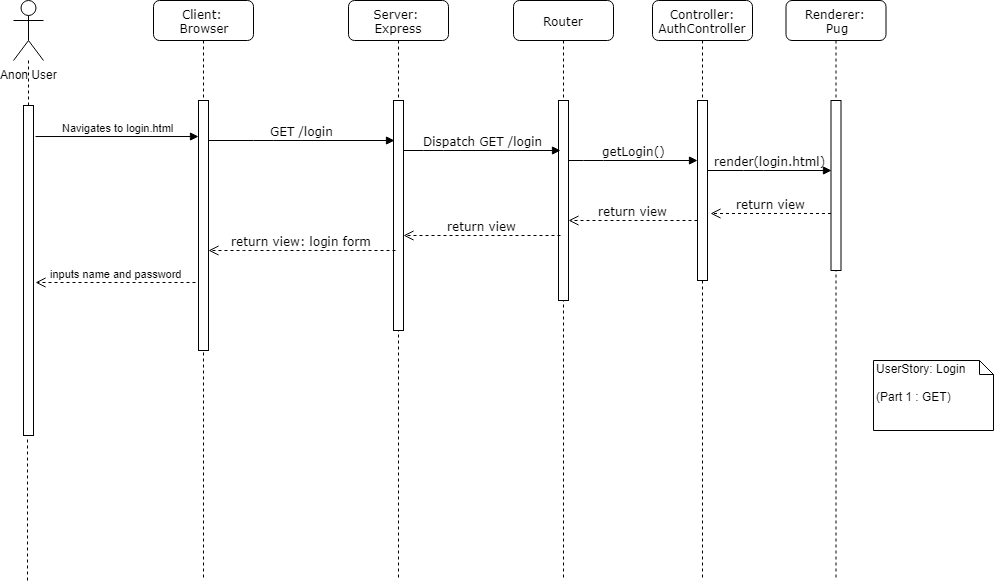
Earlier version of the draw.io export UML_Graphics/Sequence Diagrams/Sequence Diagram_ Login Part 1.png (O-clock-Pulsar/Pictionary-TeamPyjamasque). Source tidied: cells renumbered, new cells last; positions are measured from the earlier drawing's top-left corner, leaving out a move shared by most shapes.
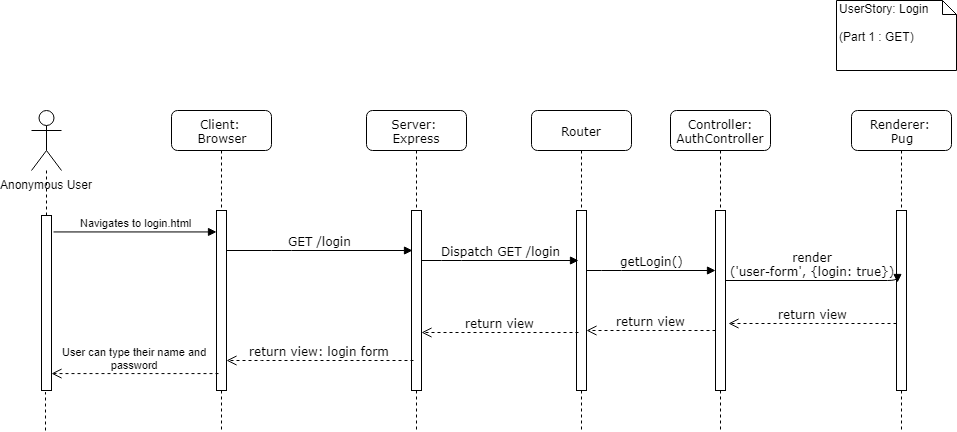
Above is the later version.

Change to the diagram source:
```diff
@@ -3,31 +3,31 @@
     <mxCell id="0" />
     <mxCell id="1" parent="0" />
     <mxCell id="2" value="Server: &lt;br&gt;Express" style="shape=umlLifeline;perimeter=lifelinePerimeter;whiteSpace=wrap;html=1;rounded=1;shadow=0;comic=0;labelBackgroundColor=none;strokeColor=#000000;strokeWidth=1;fillColor=#FFFFFF;fontFamily=Verdana;fontSize=12;fontColor=#000000;align=center;" parent="1" vertex="1">
-      <mxGeometry x="335" width="100" height="580" as="geometry" />
+      <mxGeometry x="335" width="100" height="320" as="geometry" />
     </mxCell>
     <mxCell id="3" style="html=1;points=[];perimeter=orthogonalPerimeter;rounded=0;shadow=0;comic=0;labelBackgroundColor=none;strokeColor=#000000;strokeWidth=1;fillColor=#FFFFFF;fontFamily=Verdana;fontSize=12;fontColor=#000000;align=center;" parent="2" vertex="1">
-      <mxGeometry x="45" y="100" width="10" height="230" as="geometry" />
+      <mxGeometry x="45" y="100" width="10" height="180" as="geometry" />
     </mxCell>
     <mxCell id="4" value="Router" style="shape=umlLifeline;perimeter=lifelinePerimeter;whiteSpace=wrap;html=1;rounded=1;shadow=0;comic=0;labelBackgroundColor=none;strokeColor=#000000;strokeWidth=1;fillColor=#FFFFFF;fontFamily=Verdana;fontSize=12;fontColor=#000000;align=center;" parent="1" vertex="1">
-      <mxGeometry x="500" width="100" height="580" as="geometry" />
+      <mxGeometry x="500" width="100" height="320" as="geometry" />
     </mxCell>
     <mxCell id="5" style="html=1;points=[];perimeter=orthogonalPerimeter;rounded=0;shadow=0;comic=0;labelBackgroundColor=none;strokeColor=#000000;strokeWidth=1;fillColor=#FFFFFF;fontFamily=Verdana;fontSize=12;fontColor=#000000;align=center;" parent="4" vertex="1">
-      <mxGeometry x="45" y="100" width="10" height="200" as="geometry" />
+      <mxGeometry x="45" y="100" width="10" height="180" as="geometry" />
     </mxCell>
     <mxCell id="6" value="Controller: AuthController" style="shape=umlLifeline;perimeter=lifelinePerimeter;whiteSpace=wrap;html=1;rounded=1;shadow=0;comic=0;labelBackgroundColor=none;strokeColor=#000000;strokeWidth=1;fillColor=#FFFFFF;fontFamily=Verdana;fontSize=12;fontColor=#000000;align=center;" parent="1" vertex="1">
-      <mxGeometry x="639" width="100" height="580" as="geometry" />
+      <mxGeometry x="639" width="100" height="320" as="geometry" />
     </mxCell>
     <mxCell id="7" value="Renderer: &lt;br&gt;Pug" style="shape=umlLifeline;perimeter=lifelinePerimeter;whiteSpace=wrap;html=1;rounded=1;shadow=0;comic=0;labelBackgroundColor=none;strokeColor=#000000;strokeWidth=1;fillColor=#FFFFFF;fontFamily=Verdana;fontSize=12;fontColor=#000000;align=center;" parent="1" vertex="1">
-      <mxGeometry x="772.5" width="100" height="580" as="geometry" />
+      <mxGeometry x="820" width="100" height="320" as="geometry" />
     </mxCell>
     <mxCell id="8" style="html=1;points=[];perimeter=orthogonalPerimeter;rounded=0;shadow=0;comic=0;labelBackgroundColor=none;strokeColor=#000000;strokeWidth=1;fillColor=#FFFFFF;fontFamily=Verdana;fontSize=12;fontColor=#000000;align=center;" parent="7" vertex="1">
-      <mxGeometry x="45" y="100" width="10" height="170" as="geometry" />
+      <mxGeometry x="45" y="100" width="10" height="180" as="geometry" />
     </mxCell>
     <mxCell id="9" value="Client: &lt;br&gt;Browser" style="shape=umlLifeline;perimeter=lifelinePerimeter;whiteSpace=wrap;html=1;rounded=1;shadow=0;comic=0;labelBackgroundColor=none;strokeColor=#000000;strokeWidth=1;fillColor=#FFFFFF;fontFamily=Verdana;fontSize=12;fontColor=#000000;align=center;" parent="1" vertex="1">
-      <mxGeometry x="140" width="100" height="580" as="geometry" />
+      <mxGeometry x="140" width="100" height="320" as="geometry" />
     </mxCell>
     <mxCell id="10" style="html=1;points=[];perimeter=orthogonalPerimeter;rounded=0;shadow=0;comic=0;labelBackgroundColor=none;strokeColor=#000000;strokeWidth=1;fillColor=#FFFFFF;fontFamily=Verdana;fontSize=12;fontColor=#000000;align=center;" parent="9" vertex="1">
-      <mxGeometry x="45" y="100" width="10" height="250" as="geometry" />
+      <mxGeometry x="45" y="100" width="10" height="180" as="geometry" />
     </mxCell>
     <mxCell id="11" style="html=1;points=[];perimeter=orthogonalPerimeter;rounded=0;shadow=0;comic=0;labelBackgroundColor=none;strokeColor=#000000;strokeWidth=1;fillColor=#FFFFFF;fontFamily=Verdana;fontSize=12;fontColor=#000000;align=center;" parent="1" vertex="1">
       <mxGeometry x="684" y="100" width="10" height="180" as="geometry" />
@@ -41,9 +41,8 @@
         </Array>
       </mxGeometry>
     </mxCell>
-    <mxCell id="13" value="render(login.html)" style="html=1;verticalAlign=bottom;endArrow=block;labelBackgroundColor=none;fontFamily=Verdana;fontSize=12;edgeStyle=elbowEdgeStyle;elbow=vertical;" parent="1" edge="1" source="11">
+    <mxCell id="13" value="render&lt;br&gt;('user-form', {login: true})" style="html=1;verticalAlign=bottom;endArrow=block;labelBackgroundColor=none;fontFamily=Verdana;fontSize=12;edgeStyle=elbowEdgeStyle;elbow=vertical;entryX=0.1;entryY=0.4;entryDx=0;entryDy=0;entryPerimeter=0;" parent="1" edge="1" source="11" target="8">
       <mxGeometry relative="1" as="geometry">
-        <mxPoint x="818" y="170" as="targetPoint" />
         <Array as="points">
           <mxPoint x="740" y="170" />
         </Array>
@@ -91,9 +90,9 @@
       </mxGeometry>
     </mxCell>
     <mxCell id="20" value="UserStory: Login&lt;br&gt;&lt;br&gt;(Part 1 : GET)" style="shape=note;whiteSpace=wrap;html=1;size=14;verticalAlign=top;align=left;spacingTop=-6;" parent="1" vertex="1">
-      <mxGeometry x="860" y="360" width="120" height="70" as="geometry" />
+      <mxGeometry x="805" y="-110" width="120" height="70" as="geometry" />
     </mxCell>
-    <mxCell id="21" value="Anon User" style="shape=umlActor;verticalLabelPosition=bottom;labelBackgroundColor=#ffffff;verticalAlign=top;html=1;outlineConnect=0;" parent="1" vertex="1">
+    <mxCell id="21" value="Anonymous User" style="shape=umlActor;verticalLabelPosition=bottom;labelBackgroundColor=#ffffff;verticalAlign=top;html=1;outlineConnect=0;" parent="1" vertex="1">
       <mxGeometry width="30" height="60" as="geometry" />
     </mxCell>
     <mxCell id="22" style="endArrow=none;dashed=1;html=1;" parent="1" edge="1" source="24" target="21">
@@ -103,17 +102,15 @@
       <mxGeometry relative="1" as="geometry" />
     </mxCell>
     <mxCell id="24" style="html=1;points=[];perimeter=orthogonalPerimeter;" parent="1" vertex="1">
-      <mxGeometry x="10" y="105" width="10" height="330" as="geometry" />
+      <mxGeometry x="10" y="105" width="10" height="175" as="geometry" />
     </mxCell>
     <mxCell id="25" style="endArrow=none;dashed=1;html=1;entryX=0.4;entryY=1.009;entryDx=0;entryDy=0;entryPerimeter=0;" parent="1" edge="1" target="24">
       <mxGeometry relative="1" as="geometry">
-        <mxPoint x="14" y="580" as="sourcePoint" />
+        <mxPoint x="14" y="320" as="sourcePoint" />
       </mxGeometry>
     </mxCell>
-    <mxCell id="26" value="inputs name and password" style="html=1;verticalAlign=bottom;endArrow=open;dashed=1;endSize=8;exitX=-0.3;exitY=0.728;exitDx=0;exitDy=0;exitPerimeter=0;" parent="1" edge="1" source="10">
-      <mxGeometry relative="1" as="geometry">
-        <mxPoint x="22" y="282" as="targetPoint" />
-      </mxGeometry>
+    <mxCell id="26" value="User can type their name and&lt;br&gt;password" style="html=1;verticalAlign=bottom;endArrow=open;dashed=1;endSize=8;exitX=0.2;exitY=0.906;exitDx=0;exitDy=0;exitPerimeter=0;" parent="1" edge="1" source="10" target="24">
+      <mxGeometry relative="1" as="geometry" />
     </mxCell>
   </root>
 </mxGraphModel>
```
